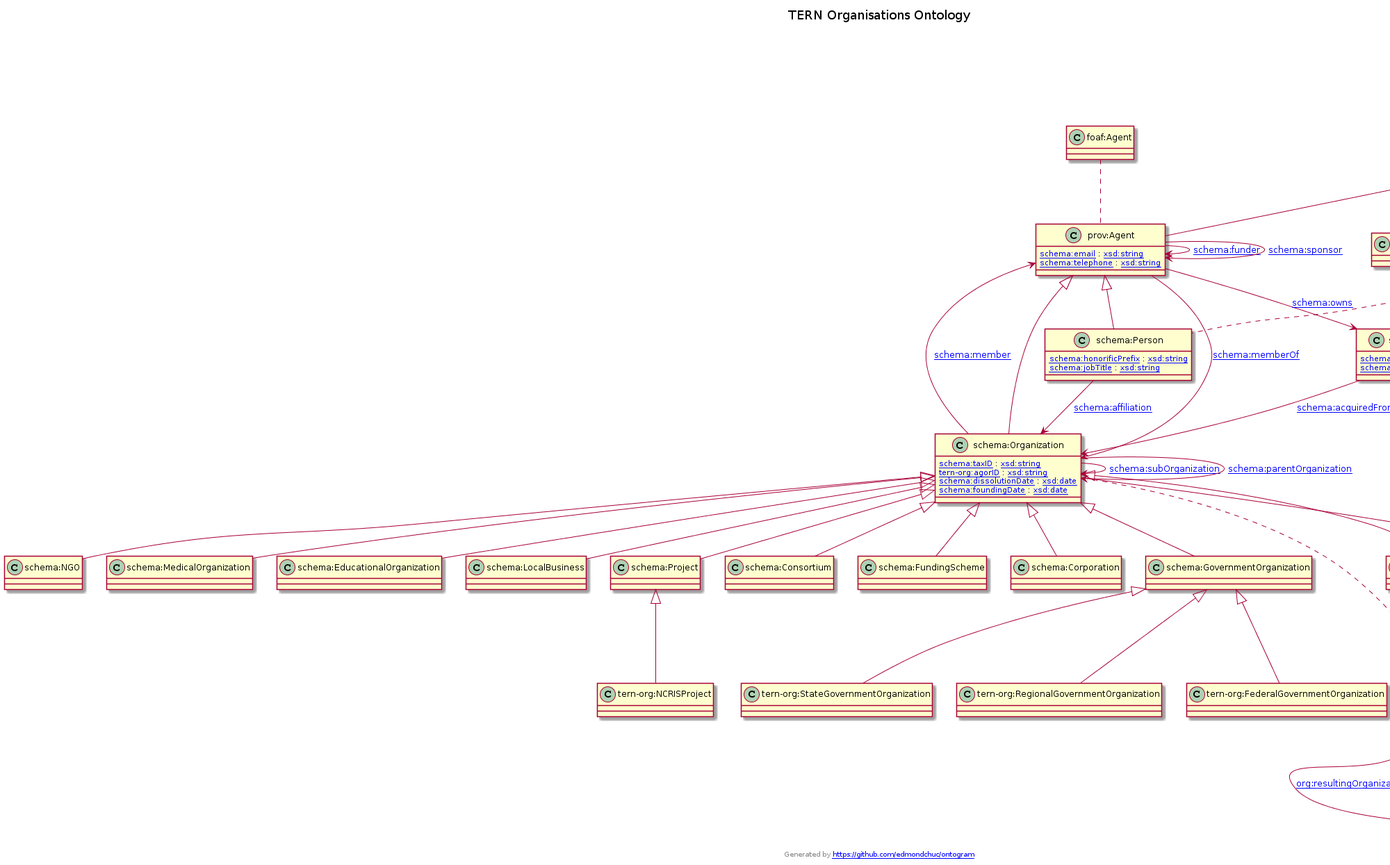
The PlantUML diagram docs/tern-org.ttl.txt.png in ternaustralia/ontology_tern-org, before a commit.
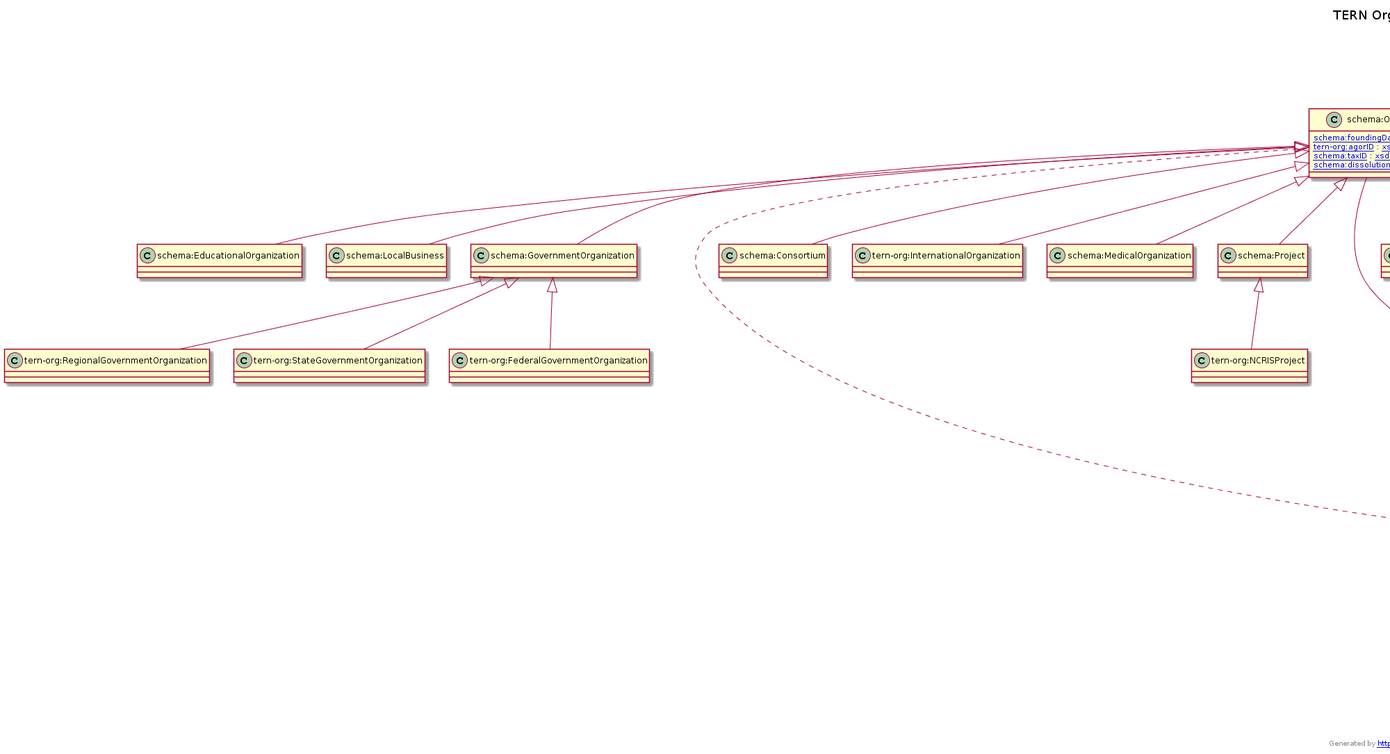
Later version of the same file.

Commit message:
Added tern-org:Manufacturer and made schema:OwnershipInfo and org:Site direct subclasses of schema:Thing

Change to the diagram source:
```diff
@@ -1,119 +1,123 @@
 @startuml
 title TERN Organisations Ontology
-"prov:Agent" <|-- "schema:Person"
 "schema:Organization" <|-- "schema:Consortium"
-"schema:Organization" <|-- "schema:FundingScheme"
-"schema:GovernmentOrganization" <|-- "tern-org:FederalGovernmentOrganization"
-"schema:Organization" <|-- "schema:Corporation"
+"schema:Thing" <|-- "org:Site"
+"prov:Agent" <|-- "schema:Organization"
+"schema:Thing" <|-- "org:ChangeEvent"
+"schema:Thing" <|-- "schema:OwnershipInfo"
 "schema:Organization" <|-- "tern-org:InternationalOrganization"
+"schema:Thing" <|-- "schema:Product"
+"schema:Organization" <|-- "schema:MedicalOrganization"
 "schema:Organization" <|-- "schema:GovernmentOrganization"
 "schema:Organization" <|-- "schema:NGO"
-"schema:Organization" <|-- "schema:MedicalOrganization"
-"schema:Thing" <|-- "prov:Agent"
-"schema:Organization" <|-- "schema:EducationalOrganization"
-"schema:GovernmentOrganization" <|-- "tern-org:StateGovernmentOrganization"
-"schema:Thing" <|-- "org:ChangeEvent"
-"schema:StructuredValue" <|-- "schema:OwnershipInfo"
+"prov:Agent" <|-- "schema:Person"
 "schema:Thing" <|-- "schema:PostalAddress"
 "schema:Project" <|-- "tern-org:NCRISProject"
+"schema:GovernmentOrganization" <|-- "tern-org:FederalGovernmentOrganization"
+"schema:Organization" <|-- "tern-org:Manufacturer"
+"schema:Organization" <|-- "schema:FundingScheme"
+"schema:Organization" <|-- "schema:EducationalOrganization"
+"schema:Organization" <|-- "schema:LocalBusiness"
+"schema:GovernmentOrganization" <|-- "tern-org:RegionalGovernmentOrganization"
+"schema:Thing" <|-- "prov:Agent"
+"schema:Organization" <|-- "schema:Corporation"
+"owl:Thing" <|-- "schema:Thing"
 "schema:Organization" <|-- "schema:Project"
-"schema:GovernmentOrganization" <|-- "tern-org:RegionalGovernmentOrganization"
-"owl:Thing" <|-- "schema:Thing"
-"schema:Thing" <|-- "schema:Product"
-"schema:Organization" <|-- "schema:LocalBusiness"
-"prov:Agent" <|-- "schema:Organization"
-Class "schema:Person" [[http://schema.org/Person]] {
-[[http://schema.org/honorificPrefix schema:honorificPrefix]] : [[http://www.w3.org/2001/XMLSchema#string xsd:string]]
-[[http://schema.org/jobTitle schema:jobTitle]] : [[http://www.w3.org/2001/XMLSchema#string xsd:string]]
-}
+"schema:GovernmentOrganization" <|-- "tern-org:StateGovernmentOrganization"
 Class "schema:Consortium" [[http://schema.org/Consortium]] {
 }
 Class "org:Site" [[http://www.w3.org/ns/org#Site]] {
 }
-Class "schema:FundingScheme" [[http://schema.org/FundingScheme]] {
+Class "schema:Organization" [[http://schema.org/Organization]] {
+[[http://schema.org/foundingDate schema:foundingDate]] : [[http://www.w3.org/2001/XMLSchema#date xsd:date]]
+[[https://w3id.org/tern/ontologies/org/agorID tern-org:agorID]] : [[http://www.w3.org/2001/XMLSchema#string xsd:string]]
+[[http://schema.org/taxID schema:taxID]] : [[http://www.w3.org/2001/XMLSchema#string xsd:string]]
+[[http://schema.org/dissolutionDate schema:dissolutionDate]] : [[http://www.w3.org/2001/XMLSchema#date xsd:date]]
 }
-Class "tern-org:FederalGovernmentOrganization" [[https://w3id.org/tern/ontologies/org/FederalGovernmentOrganization]] {
+Class "org:ChangeEvent" [[http://www.w3.org/ns/org#ChangeEvent]] {
 }
-Class "schema:Corporation" [[http://schema.org/Corporation]] {
+Class "schema:OwnershipInfo" [[http://schema.org/OwnershipInfo]] {
+[[http://schema.org/ownedFrom schema:ownedFrom]] : [[http://www.w3.org/2001/XMLSchema#date xsd:date]]
+[[http://schema.org/ownedThrough schema:ownedThrough]] : [[http://www.w3.org/2001/XMLSchema#date xsd:date]]
 }
 Class "tern-org:InternationalOrganization" [[https://w3id.org/tern/ontologies/org/InternationalOrganization]] {
+}
+Class "schema:Product" [[http://schema.org/Product]] {
+}
+Class "schema:MedicalOrganization" [[http://schema.org/MedicalOrganization]] {
 }
 Class "schema:GovernmentOrganization" [[http://schema.org/GovernmentOrganization]] {
 }
 Class "schema:NGO" [[http://schema.org/NGO]] {
 }
-Class "schema:MedicalOrganization" [[http://schema.org/MedicalOrganization]] {
+Class "schema:Person" [[http://schema.org/Person]] {
+[[http://schema.org/jobTitle schema:jobTitle]] : [[http://www.w3.org/2001/XMLSchema#string xsd:string]]
+[[http://schema.org/honorificPrefix schema:honorificPrefix]] : [[http://www.w3.org/2001/XMLSchema#string xsd:string]]
 }
-Class "prov:Agent" [[http://www.w3.org/ns/prov#Agent]] {
-[[http://schema.org/email schema:email]] : [[http://www.w3.org/2001/XMLSchema#string xsd:string]]
-[[http://schema.org/telephone schema:telephone]] : [[http://www.w3.org/2001/XMLSchema#string xsd:string]]
+Class "schema:PostalAddress" [[http://schema.org/PostalAddress]] {
+[[http://schema.org/postalCode schema:postalCode]] : [[http://www.w3.org/2001/XMLSchema#positiveInteger xsd:positiveInteger]]
+[[http://schema.org/addressRegion schema:addressRegion]] : [[http://www.w3.org/2001/XMLSchema#string xsd:string]]
+[[http://schema.org/streetAddress schema:streetAddress]] : [[http://www.w3.org/2001/XMLSchema#string xsd:string]]
+[[http://schema.org/addressLocality schema:addressLocality]] : [[http://www.w3.org/2001/XMLSchema#string xsd:string]]
+[[https://w3id.org/tern/ontologies/org/addressLine2 tern-org:addressLine2]] : [[http://www.w3.org/2001/XMLSchema#string xsd:string]]
+[[https://w3id.org/tern/ontologies/org/addressLine1 tern-org:addressLine1]] : [[http://www.w3.org/2001/XMLSchema#string xsd:string]]
+[[http://schema.org/postOfficeBoxNumber schema:postOfficeBoxNumber]] : [[http://www.w3.org/2001/XMLSchema#string xsd:string]]
+[[https://w3id.org/tern/ontologies/org/fullAddressLine tern-org:fullAddressLine]] : [[http://www.w3.org/2001/XMLSchema#string xsd:string]]
+[[http://schema.org/addressCountry schema:addressCountry]] : [[http://www.w3.org/2001/XMLSchema#string xsd:string]]
+}
+Class "tern-org:NCRISProject" [[https://w3id.org/tern/ontologies/org/NCRISProject]] {
+}
+Class "tern-org:FederalGovernmentOrganization" [[https://w3id.org/tern/ontologies/org/FederalGovernmentOrganization]] {
+}
+Class "tern-org:Manufacturer" [[https://w3id.org/tern/ontologies/org/Manufacturer]] {
+}
+Class "schema:FundingScheme" [[http://schema.org/FundingScheme]] {
 }
 Class "schema:EducationalOrganization" [[http://schema.org/EducationalOrganization]] {
 }
-Class "tern-org:StateGovernmentOrganization" [[https://w3id.org/tern/ontologies/org/StateGovernmentOrganization]] {
+Class "schema:LocalBusiness" [[http://schema.org/LocalBusiness]] {
 }
-Class "org:ChangeEvent" [[http://www.w3.org/ns/org#ChangeEvent]] {
+Class "tern-org:RegionalGovernmentOrganization" [[https://w3id.org/tern/ontologies/org/RegionalGovernmentOrganization]] {
 }
-Class "schema:OwnershipInfo" [[http://schema.org/OwnershipInfo]] {
-[[http://schema.org/ownedThrough schema:ownedThrough]] : [[http://www.w3.org/2001/XMLSchema#date xsd:date]]
-[[http://schema.org/ownedFrom schema:ownedFrom]] : [[http://www.w3.org/2001/XMLSchema#date xsd:date]]
+Class "prov:Agent" [[http://www.w3.org/ns/prov#Agent]] {
+[[http://schema.org/telephone schema:telephone]] : [[http://www.w3.org/2001/XMLSchema#string xsd:string]]
+[[http://schema.org/email schema:email]] : [[http://www.w3.org/2001/XMLSchema#string xsd:string]]
 }
-Class "schema:PostalAddress" [[http://schema.org/PostalAddress]] {
-[[http://schema.org/addressCountry schema:addressCountry]] : [[http://www.w3.org/2001/XMLSchema#string xsd:string]]
-[[http://schema.org/postalCode schema:postalCode]] : [[http://www.w3.org/2001/XMLSchema#positiveInteger xsd:positiveInteger]]
-[[https://w3id.org/tern/ontologies/org/addressLine1 tern-org:addressLine1]] : [[http://www.w3.org/2001/XMLSchema#string xsd:string]]
-[[https://w3id.org/tern/ontologies/org/addressLine2 tern-org:addressLine2]] : [[http://www.w3.org/2001/XMLSchema#string xsd:string]]
-[[https://w3id.org/tern/ontologies/org/fullAddressLine tern-org:fullAddressLine]] : [[http://www.w3.org/2001/XMLSchema#string xsd:string]]
-[[http://schema.org/addressRegion schema:addressRegion]] : [[http://www.w3.org/2001/XMLSchema#string xsd:string]]
-[[http://schema.org/streetAddress schema:streetAddress]] : [[http://www.w3.org/2001/XMLSchema#string xsd:string]]
-[[http://schema.org/postOfficeBoxNumber schema:postOfficeBoxNumber]] : [[http://www.w3.org/2001/XMLSchema#string xsd:string]]
-[[http://schema.org/addressLocality schema:addressLocality]] : [[http://www.w3.org/2001/XMLSchema#string xsd:string]]
+Class "schema:Corporation" [[http://schema.org/Corporation]] {
 }
-Class "tern-org:NCRISProject" [[https://w3id.org/tern/ontologies/org/NCRISProject]] {
+Class "schema:Thing" [[http://schema.org/Thing]] {
+[[http://schema.org/identifier schema:identifier]] : [[http://www.w3.org/2001/XMLSchema#string xsd:string]]
+[[http://schema.org/name schema:name]] : [[http://www.w3.org/2001/XMLSchema#string xsd:string]]
+[[http://schema.org/alternateName schema:alternateName]] : [[http://www.w3.org/2001/XMLSchema#string xsd:string]]
+[[http://schema.org/image schema:image]] : [[http://www.w3.org/2001/XMLSchema#anyURI xsd:anyURI]]
+[[http://schema.org/description schema:description]] : [[http://www.w3.org/2001/XMLSchema#string xsd:string]]
 }
 Class "schema:Project" [[http://schema.org/Project]] {
 }
-Class "tern-org:RegionalGovernmentOrganization" [[https://w3id.org/tern/ontologies/org/RegionalGovernmentOrganization]] {
+Class "tern-org:StateGovernmentOrganization" [[https://w3id.org/tern/ontologies/org/StateGovernmentOrganization]] {
 }
-Class "schema:Thing" [[http://schema.org/Thing]] {
-[[http://schema.org/description schema:description]] : [[http://www.w3.org/2001/XMLSchema#string xsd:string]]
-[[http://schema.org/image schema:image]] : [[http://www.w3.org/2001/XMLSchema#anyURI xsd:anyURI]]
-[[http://schema.org/name schema:name]] : [[http://www.w3.org/2001/XMLSchema#string xsd:string]]
-[[http://schema.org/identifier schema:identifier]] : [[http://www.w3.org/2001/XMLSchema#string xsd:string]]
-[[http://schema.org/alternateName schema:alternateName]] : [[http://www.w3.org/2001/XMLSchema#string xsd:string]]
-}
-Class "schema:Product" [[http://schema.org/Product]] {
-}
-Class "schema:LocalBusiness" [[http://schema.org/LocalBusiness]] {
-}
-Class "schema:Organization" [[http://schema.org/Organization]] {
-[[http://schema.org/taxID schema:taxID]] : [[http://www.w3.org/2001/XMLSchema#string xsd:string]]
-[[https://w3id.org/tern/ontologies/org/agorID tern-org:agorID]] : [[http://www.w3.org/2001/XMLSchema#string xsd:string]]
-[[http://schema.org/dissolutionDate schema:dissolutionDate]] : [[http://www.w3.org/2001/XMLSchema#date xsd:date]]
-[[http://schema.org/foundingDate schema:foundingDate]] : [[http://www.w3.org/2001/XMLSchema#date xsd:date]]
-}
-"foaf:Person" --> "org:Site" : "[[http://www.w3.org/ns/org#basedAt org:basedAt]]"
-"schema:Organization" --> "prov:Agent" : "[[http://schema.org/member schema:member]]"
-"prov:Agent" --> "schema:Organization" : "[[http://schema.org/memberOf schema:memberOf]]"
-"org:Organization" --> "org:Site" : "[[http://www.w3.org/ns/org#hasSite org:hasSite]]"
-"schema:Organization" --> "schema:Organization" : "[[http://schema.org/subOrganization schema:subOrganization]]"
-"org:Organization" --> "org:ChangeEvent" : "[[http://www.w3.org/ns/org#changedBy org:changedBy]]"
-"prov:Agent" --> "prov:Agent" : "[[http://schema.org/funder schema:funder]]"
-"org:Site" --> "schema:PostalAddress" : "[[http://www.w3.org/ns/org#siteAddress org:siteAddress]]"
-"schema:Organization" --> "schema:Organization" : "[[http://schema.org/parentOrganization schema:parentOrganization]]"
 "org:ChangeEvent" --> "org:Organization" : "[[http://www.w3.org/ns/org#originalOrganization org:originalOrganization]]"
 "schema:Person" --> "schema:Organization" : "[[http://schema.org/affiliation schema:affiliation]]"
+"prov:Agent" --> "prov:Agent" : "[[http://schema.org/funder schema:funder]]"
 "schema:Organization" --> "org:Site" : "[[http://www.w3.org/ns/org#hasPrimarySite org:hasPrimarySite]]"
+"schema:OwnershipInfo" --> "schema:Organization" : "[[http://schema.org/acquiredFrom schema:acquiredFrom]]"
+"prov:Agent" --> "schema:OwnershipInfo" : "[[http://schema.org/owns schema:owns]]"
+"schema:Organization" --> "prov:Agent" : "[[http://schema.org/member schema:member]]"
+"prov:Agent" --> "prov:Agent" : "[[http://schema.org/sponsor schema:sponsor]]"
+"org:ChangeEvent" --> "org:Organization" : "[[http://www.w3.org/ns/org#resultingOrganization org:resultingOrganization]]"
+"schema:Person" --> "org:Site" : "[[http://www.w3.org/ns/org#basedAt org:basedAt]]"
+"org:Organization" --> "org:Site" : "[[http://www.w3.org/ns/org#hasSite org:hasSite]]"
+"org:Site" --> "schema:PostalAddress" : "[[http://www.w3.org/ns/org#siteAddress org:siteAddress]]"
+"prov:Agent" --> "schema:Organization" : "[[http://schema.org/memberOf schema:memberOf]]"
+"org:Organization" --> "org:ChangeEvent" : "[[http://www.w3.org/ns/org#changedBy org:changedBy]]"
+"org:Organization" --> "org:ChangeEvent" : "[[http://www.w3.org/ns/org#resultedFrom org:resultedFrom]]"
+"schema:Organization" --> "schema:Organization" : "[[http://schema.org/parentOrganization schema:parentOrganization]]"
+"schema:Organization" --> "schema:Organization" : "[[http://schema.org/subOrganization schema:subOrganization]]"
+"schema:OwnershipInfo" --> "schema:Product" : "[[http://schema.org/typeOfGood schema:typeOfGood]]"
 "org:Site" --> "org:Organization" : "[[http://www.w3.org/ns/org#siteOf org:siteOf]]"
-"prov:Agent" --> "schema:OwnershipInfo" : "[[http://schema.org/owns schema:owns]]"
-"org:ChangeEvent" --> "org:Organization" : "[[http://www.w3.org/ns/org#resultingOrganization org:resultingOrganization]]"
-"schema:OwnershipInfo" --> "schema:Organization" : "[[http://schema.org/acquiredFrom schema:acquiredFrom]]"
-"prov:Agent" --> "prov:Agent" : "[[http://schema.org/sponsor schema:sponsor]]"
-"org:Organization" --> "org:ChangeEvent" : "[[http://www.w3.org/ns/org#resultedFrom org:resultedFrom]]"
-"schema:OwnershipInfo" --> "schema:Product" : "[[http://schema.org/typeOfGood schema:typeOfGood]]"
+"org:Organization" .. "schema:Organization"
 "foaf:Person" .. "schema:Person"
 "foaf:Agent" .. "prov:Agent"
-"org:Organization" .. "schema:Organization"
 header
 Creator: Edmond Chuc (e.chuc@uq.edu.au)
 endheader
```
